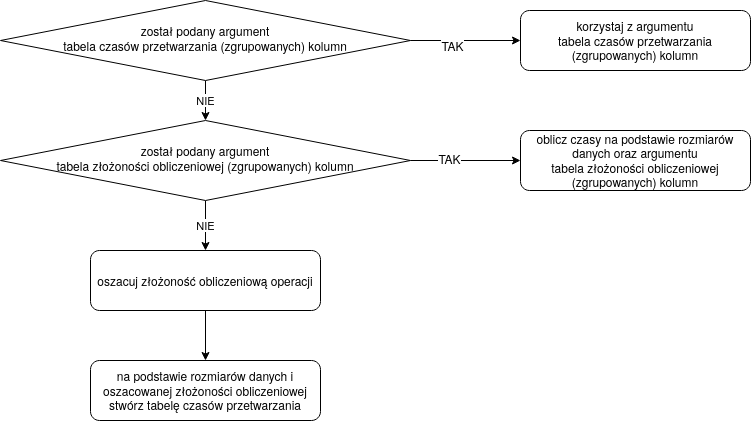
The draw.io diagram fig/przydzielanie_czasow.png in ksazon/mgr, before a commit. Source tidied: cells renumbered, new cells last; positions are measured from the earlier drawing's top-left corner, leaving out a move shared by most shapes. Its diagram source:
```xml
<mxGraphModel>
  <root>
    <mxCell id="0" />
    <mxCell id="1" parent="0" />
    <mxCell id="2" value="NIE" style="edgeStyle=orthogonalEdgeStyle;rounded=0;jettySize=auto;html=1;entryX=0.5;entryY=0;entryDx=0;entryDy=0;" parent="1" edge="1" source="3" target="8">
      <mxGeometry relative="1" as="geometry" />
    </mxCell>
    <mxCell id="3" value="&lt;div&gt;został podany argument&lt;/div&gt;&lt;div&gt;tabela czasów przetwarzania (zgrupowanych) kolumn&lt;/div&gt;" style="rhombus;whiteSpace=wrap;html=1;shadow=0;fontFamily=Helvetica;fontSize=12;align=center;strokeWidth=1;spacing=6;spacingTop=-4;" parent="1" vertex="1">
      <mxGeometry width="410" height="80" as="geometry" />
    </mxCell>
    <mxCell id="4" value="&lt;div&gt;korzystaj z argumentu&lt;/div&gt;&lt;div&gt;tabela czasów przetwarzania (zgrupowanych) kolumn&lt;/div&gt;" style="rounded=1;whiteSpace=wrap;html=1;" parent="1" vertex="1">
      <mxGeometry x="520" y="10" width="230" height="60" as="geometry" />
    </mxCell>
    <mxCell id="5" style="edgeStyle=orthogonalEdgeStyle;rounded=0;jettySize=auto;html=1;exitX=1;exitY=0.5;exitDx=0;exitDy=0;entryX=0;entryY=0.5;entryDx=0;entryDy=0;" parent="1" edge="1" source="8" target="11">
      <mxGeometry relative="1" as="geometry" />
    </mxCell>
    <mxCell id="6" value="TAK" style="text;html=1;align=center;verticalAlign=middle;labelBackgroundColor=#ffffff;" parent="5" vertex="1">
      <mxGeometry x="-0.31" y="3" relative="1" as="geometry" />
    </mxCell>
    <mxCell id="7" value="NIE" style="edgeStyle=orthogonalEdgeStyle;rounded=0;jettySize=auto;html=1;entryX=0.5;entryY=0;entryDx=0;entryDy=0;" parent="1" edge="1" source="8" target="13">
      <mxGeometry relative="1" as="geometry" />
    </mxCell>
    <mxCell id="8" value="&lt;div&gt;został podany argument&lt;/div&gt;tabela złożoności obliczeniowej (zgrupowanych) kolumn" style="rhombus;whiteSpace=wrap;html=1;shadow=0;fontFamily=Helvetica;fontSize=12;align=center;strokeWidth=1;spacing=6;spacingTop=-4;" parent="1" vertex="1">
      <mxGeometry y="120" width="410" height="80" as="geometry" />
    </mxCell>
    <mxCell id="9" style="edgeStyle=orthogonalEdgeStyle;rounded=0;jettySize=auto;html=1;" parent="1" edge="1" source="3" target="4">
      <mxGeometry relative="1" as="geometry" />
    </mxCell>
    <mxCell id="10" value="TAK" style="text;html=1;align=center;verticalAlign=middle;labelBackgroundColor=#ffffff;" parent="9" vertex="1">
      <mxGeometry x="-0.25" y="-4" relative="1" as="geometry" />
    </mxCell>
    <mxCell id="11" value="oblicz czasy na podstawie rozmiarów danych oraz argumentu&lt;br&gt;tabela złożoności obliczeniowej (zgrupowanych) kolumn" style="rounded=1;whiteSpace=wrap;html=1;" parent="1" vertex="1">
      <mxGeometry x="520" y="130" width="230" height="60" as="geometry" />
    </mxCell>
    <mxCell id="12" style="edgeStyle=orthogonalEdgeStyle;rounded=0;jettySize=auto;html=1;entryX=0.5;entryY=0;entryDx=0;entryDy=0;" parent="1" edge="1" source="13" target="14">
      <mxGeometry relative="1" as="geometry" />
    </mxCell>
    <mxCell id="13" value="oszacuj złożoność obliczeniową operacji" style="rounded=1;whiteSpace=wrap;html=1;" parent="1" vertex="1">
      <mxGeometry x="90" y="250" width="230" height="60" as="geometry" />
    </mxCell>
    <mxCell id="14" value="na podstawie rozmiarów danych i oszacowanej złożoności obliczeniowej stwórz tabelę czasów przetwarzania" style="rounded=1;whiteSpace=wrap;html=1;" parent="1" vertex="1">
      <mxGeometry x="90" y="360" width="230" height="60" as="geometry" />
    </mxCell>
  </root>
</mxGraphModel>
```
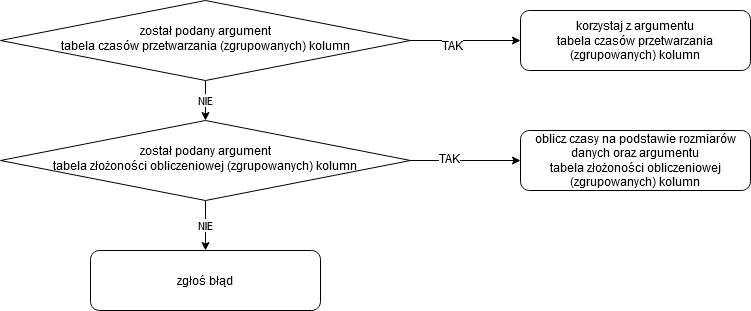
The same file after the commit.

Change to the diagram source:
```diff
@@ -32,14 +32,8 @@
     <mxCell id="11" value="oblicz czasy na podstawie rozmiarów danych oraz argumentu&lt;br&gt;tabela złożoności obliczeniowej (zgrupowanych) kolumn" style="rounded=1;whiteSpace=wrap;html=1;" parent="1" vertex="1">
       <mxGeometry x="520" y="130" width="230" height="60" as="geometry" />
     </mxCell>
-    <mxCell id="12" style="edgeStyle=orthogonalEdgeStyle;rounded=0;jettySize=auto;html=1;entryX=0.5;entryY=0;entryDx=0;entryDy=0;" parent="1" edge="1" source="13" target="14">
-      <mxGeometry relative="1" as="geometry" />
-    </mxCell>
-    <mxCell id="13" value="oszacuj złożoność obliczeniową operacji" style="rounded=1;whiteSpace=wrap;html=1;" parent="1" vertex="1">
+    <mxCell id="13" value="zgłoś błąd" style="rounded=1;whiteSpace=wrap;html=1;" parent="1" vertex="1">
       <mxGeometry x="90" y="250" width="230" height="60" as="geometry" />
     </mxCell>
-    <mxCell id="14" value="na podstawie rozmiarów danych i oszacowanej złożoności obliczeniowej stwórz tabelę czasów przetwarzania" style="rounded=1;whiteSpace=wrap;html=1;" parent="1" vertex="1">
-      <mxGeometry x="90" y="360" width="230" height="60" as="geometry" />
-    </mxCell>
   </root>
 </mxGraphModel>
```
